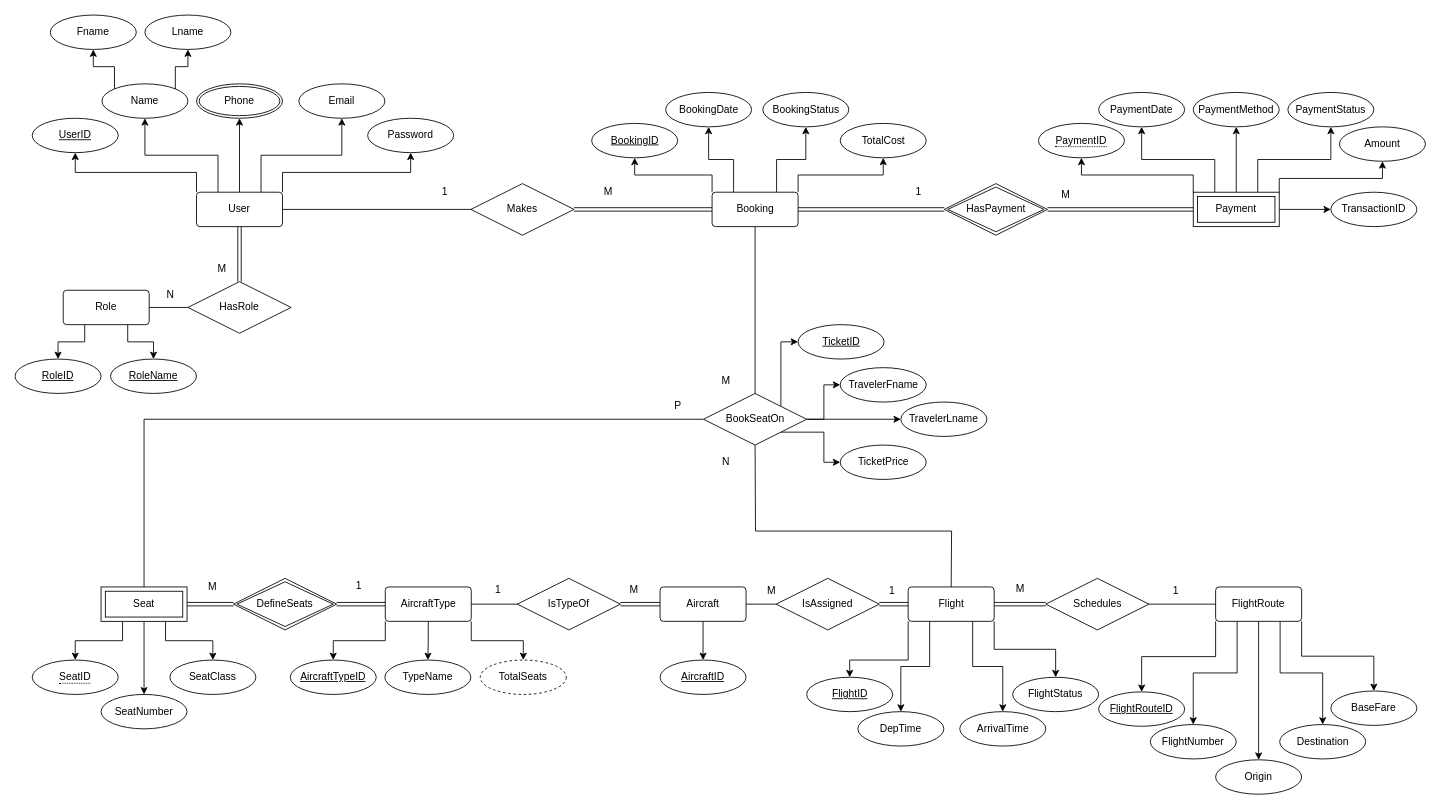
This is erd-mapping/Airline - ERD.drawio from EyadMostafa/airline-reservation-system, a draw.io file, before an edit. Source tidied: cells renumbered, new cells numbered last; positions are measured from the earlier drawing's top-left corner, leaving out a move shared by most shapes. Both pictures are drawn from the tidied source at 86%, with x=0, y=0 at pixel (15, 15).
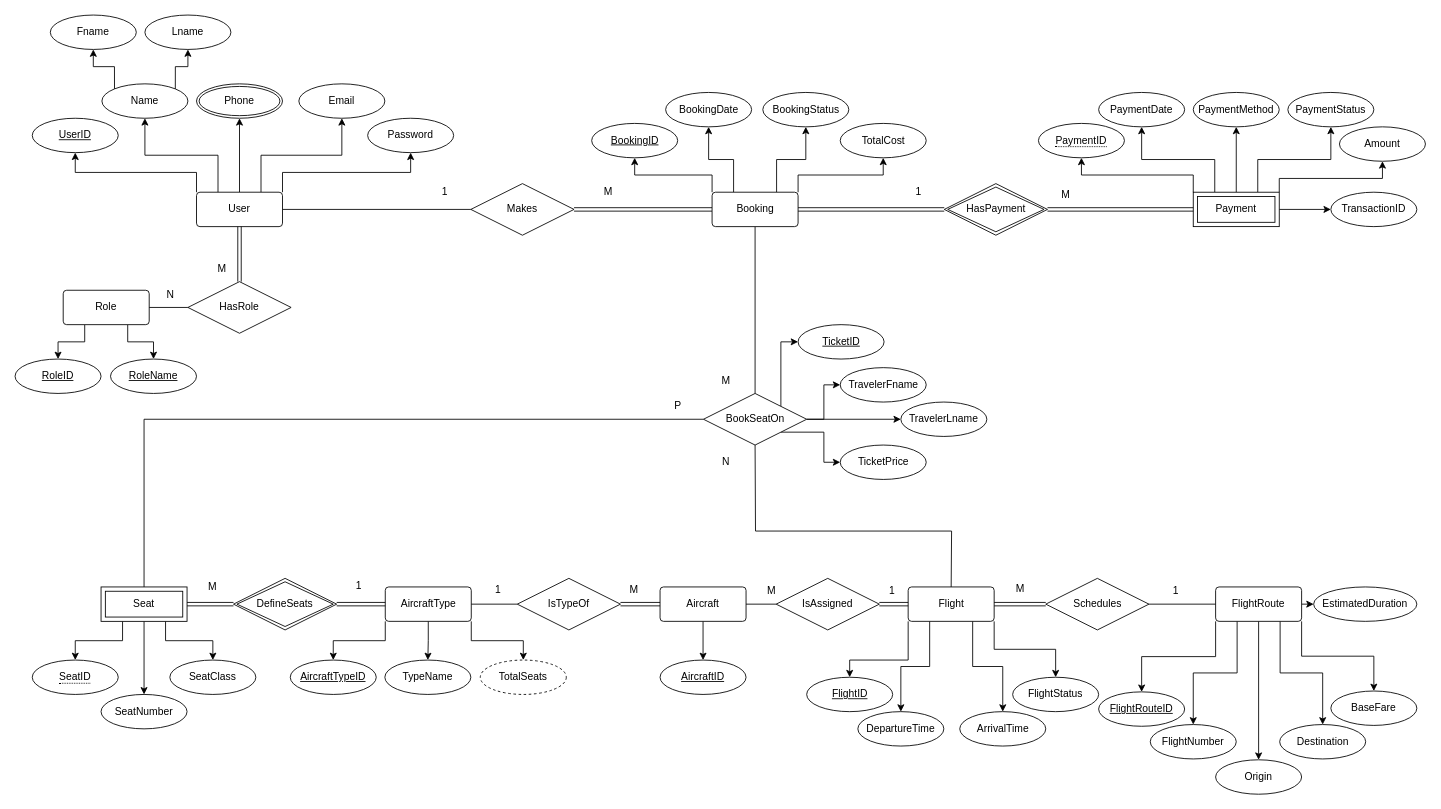
Above is the later version.

Commit message (it also covers changes not shown here):
updated the diagrams to include 'EstimatedDuration' attribute for 'FlightRoute' entity

Unchanged cells that the change refers to:
```xml
<mxCell id="76" value="FlightRoute" style="rounded=1;arcSize=10;whiteSpace=wrap;html=1;align=center;" parent="1" vertex="1">
  <mxGeometry x="1396" y="665" width="100" height="40" as="geometry" />
</mxCell>
```

What changed in the source:
```diff
@@
+    <mxCell id="131" style="edgeStyle=orthogonalEdgeStyle;rounded=0;jettySize=auto;html=1;exitX=1;exitY=0.5;exitDx=0;exitDy=0;entryX=0;entryY=0.5;entryDx=0;entryDy=0;" parent="1" edge="1" source="76" target="132">
+      <mxGeometry relative="1" as="geometry" />
+    </mxCell>
@@
-    <mxCell id="88" value="DepTime" style="ellipse;whiteSpace=wrap;html=1;align=center;" parent="1" vertex="1">
+    <mxCell id="88" value="DepartureTime" style="ellipse;whiteSpace=wrap;html=1;align=center;" parent="1" vertex="1">
       <mxGeometry x="980" y="810" width="100" height="40" as="geometry" />
     </mxCell>
@@
+    <mxCell id="132" value="EstimatedDuration" style="ellipse;whiteSpace=wrap;html=1;align=center;" parent="1" vertex="1">
+      <mxGeometry x="1510" y="665" width="120" height="40" as="geometry" />
+    </mxCell>
```
